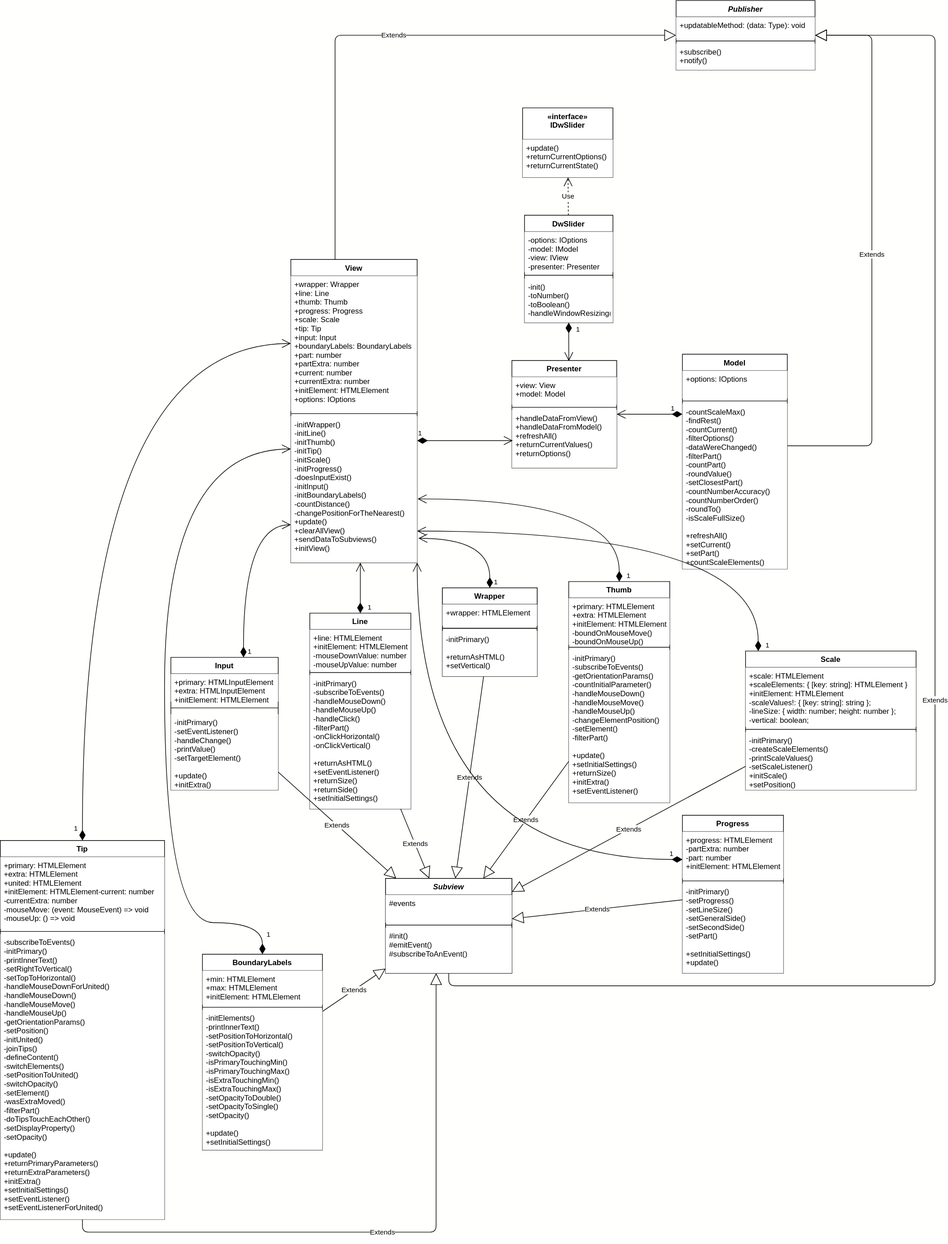
This is DwSlider.svg from Daswetter/4th, a draw.io export, as it was before one commit. Source tidied: cells renumbered, new cells last; positions are measured from the earlier drawing's top-left corner, leaving out a move shared by most shapes.
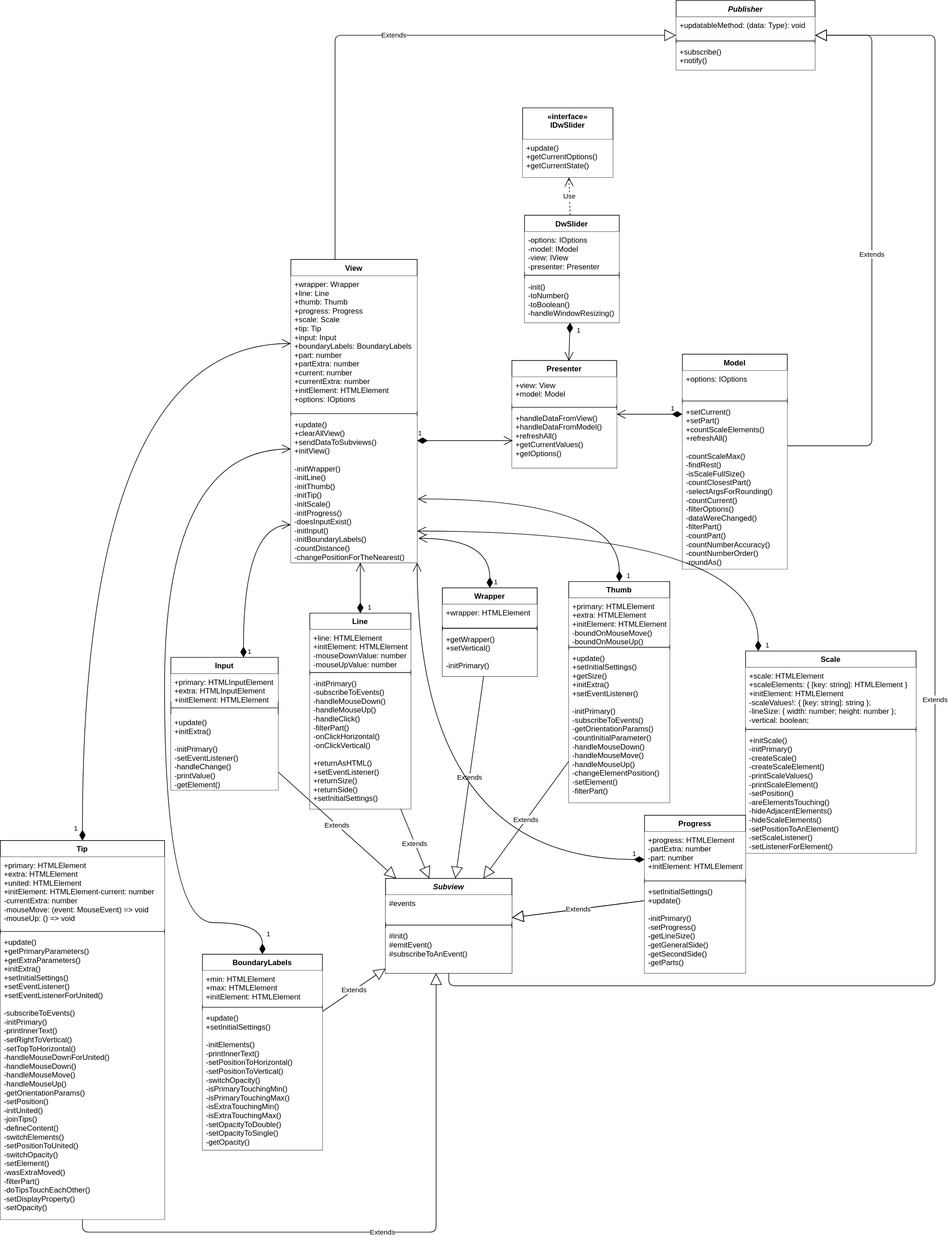
The same file after the commit.

What changed in the source:
```diff
@@ -46,3 +46,3 @@
     </mxCell>
-    <mxCell id="16" value="-initElements()&#10;-printInnerText()&#10;-setPositionToHorizontal()&#10;-setPositionToVertical()&#10;-switchOpacity()&#10;-isPrimaryTouchingMin()&#10;-isPrimaryTouchingMax()&#10;-isExtraTouchingMin()&#10;-isExtraTouchingMax()&#10;-setOpacityToDouble()&#10;-setOpacityToSingle()&#10;-setOpacity()&#10;&#10;+update()&#10;+setInitialSettings()" style="text;strokeColor=none;align=left;verticalAlign=top;spacingLeft=4;spacingRight=4;overflow=hidden;fillColor=#ffffff;" parent="13" vertex="1">
+    <mxCell id="16" value="+update()&#10;+setInitialSettings()&#10;&#10;-initElements()&#10;-printInnerText()&#10;-setPositionToHorizontal()&#10;-setPositionToVertical()&#10;-switchOpacity()&#10;-isPrimaryTouchingMin()&#10;-isPrimaryTouchingMax()&#10;-isExtraTouchingMin()&#10;-isExtraTouchingMax()&#10;-setOpacityToDouble()&#10;-setOpacityToSingle()&#10;-getOpacity()" style="text;strokeColor=none;align=left;verticalAlign=top;spacingLeft=4;spacingRight=4;overflow=hidden;fillColor=#ffffff;" parent="13" vertex="1">
       <mxGeometry y="88" width="190" height="222" as="geometry" />
@@ -94,3 +94,3 @@
     </mxCell>
-    <mxCell id="27" value="-countScaleMax()&#10;-findRest()&#10;-countCurrent()&#10;-filterOptions()&#10;-dataWereChanged()&#10;-filterPart()&#10;-countPart()&#10;-roundValue()&#10;-setClosestPart()&#10;-countNumberAccuracy()&#10;-countNumberOrder()&#10;-roundTo()&#10;-isScaleFullSize()&#10;&#10;+refreshAll()&#10;+setCurrent()&#10;+setPart()&#10;+countScaleElements()" style="text;strokeColor=none;align=left;verticalAlign=top;spacingLeft=4;spacingRight=4;overflow=hidden;fillColor=#ffffff;" parent="24" vertex="1">
+    <mxCell id="27" value="+setCurrent()&#10;+setPart()&#10;+countScaleElements()&#10;+refreshAll()&#10;&#10;-countScaleMax()&#10;-findRest()&#10;-isScaleFullSize()&#10;-countClosestPart()&#10;-selectArgsForRounding()&#10;-countCurrent()&#10;-filterOptions()&#10;-dataWereChanged()&#10;-filterPart()&#10;-countPart()&#10;-countNumberAccuracy()&#10;-countNumberOrder()&#10;-roundAs()" style="text;strokeColor=none;align=left;verticalAlign=top;spacingLeft=4;spacingRight=4;overflow=hidden;fillColor=#ffffff;" parent="24" vertex="1">
       <mxGeometry y="78" width="166" height="262" as="geometry" />
@@ -99,12 +99,12 @@
     <mxCell id="29" value="DwSlider&#10;" style="swimlane;fontStyle=1;align=center;verticalAlign=top;horizontal=1;startSize=26;" parent="28" vertex="1">
-      <mxGeometry x="830" y="340" width="140" height="170" as="geometry" />
+      <mxGeometry x="830" y="340" width="150" height="170" as="geometry" />
     </mxCell>
     <mxCell id="30" value="-options: IOptions&#10;-model: IModel&#10;-view: IView&#10;-presenter: Presenter" style="text;strokeColor=none;align=left;verticalAlign=top;spacingLeft=4;spacingRight=4;overflow=hidden;fillColor=#ffffff;" parent="29" vertex="1">
-      <mxGeometry y="26" width="140" height="64" as="geometry" />
+      <mxGeometry y="26" width="150" height="64" as="geometry" />
     </mxCell>
     <mxCell id="31" style="line;strokeWidth=1;fillColor=none;align=left;verticalAlign=middle;spacingTop=-1;spacingLeft=3;spacingRight=3;labelPosition=right;" parent="29" vertex="1">
-      <mxGeometry y="90" width="140" height="10" as="geometry" />
+      <mxGeometry y="90" width="150" height="10" as="geometry" />
     </mxCell>
     <mxCell id="32" value="-init()&#10;-toNumber()&#10;-toBoolean()&#10;-handleWindowResizing()" style="text;strokeColor=none;align=left;verticalAlign=top;spacingLeft=4;spacingRight=4;overflow=hidden;fillColor=#ffffff;" parent="29" vertex="1">
-      <mxGeometry y="100" width="140" height="70" as="geometry" />
+      <mxGeometry y="100" width="150" height="70" as="geometry" />
     </mxCell>
@@ -119,6 +119,6 @@
     </mxCell>
-    <mxCell id="36" value="+handleDataFromView()&#10;+handleDataFromModel()&#10;+refreshAll()&#10;+returnCurrentValues()&#10;+returnOptions()" style="text;strokeColor=none;align=left;verticalAlign=top;spacingLeft=4;spacingRight=4;overflow=hidden;points=[[0,0.5],[1,0.5]];portConstraint=eastwest;fillColor=#ffffff;" parent="33" vertex="1">
+    <mxCell id="36" value="+handleDataFromView()&#10;+handleDataFromModel()&#10;+refreshAll()&#10;+getCurrentValues()&#10;+getOptions()" style="text;strokeColor=none;align=left;verticalAlign=top;spacingLeft=4;spacingRight=4;overflow=hidden;points=[[0,0.5],[1,0.5]];portConstraint=eastwest;fillColor=#ffffff;" parent="33" vertex="1">
       <mxGeometry y="78" width="166" height="92" as="geometry" />
     </mxCell>
-    <mxCell id="37" value="1" style="endArrow=open;html=1;endSize=12;startArrow=diamondThin;startSize=14;startFill=1;edgeStyle=orthogonalEdgeStyle;align=left;verticalAlign=bottom;entryX=0.543;entryY=0.005;entryDx=0;entryDy=0;entryPerimeter=0;" parent="28" edge="1" source="29" target="33">
+    <mxCell id="37" value="1" style="endArrow=open;html=1;endSize=12;startArrow=diamondThin;startSize=14;startFill=1;align=left;verticalAlign=bottom;entryX=0.543;entryY=0.005;entryDx=0;entryDy=0;entryPerimeter=0;" parent="28" edge="1" source="29" target="33">
       <mxGeometry x="-0.33" y="10" relative="1" as="geometry" />
@@ -134,3 +134,3 @@
     </mxCell>
-    <mxCell id="41" value="-initWrapper()&#10;-initLine()&#10;-initThumb()&#10;-initTip()&#10;-initScale()&#10;-initProgress()&#10;-doesInputExist()&#10;-initInput()&#10;-initBoundaryLabels()&#10;-countDistance()&#10;-changePositionForTheNearest()&#10;+update()&#10;+clearAllView()&#10;+sendDataToSubviews()&#10;+initView()" style="text;align=left;verticalAlign=top;spacingLeft=4;spacingRight=4;overflow=hidden;points=[[0,0.5],[1,0.5]];portConstraint=eastwest;fillColor=#ffffff;" parent="38" vertex="1">
+    <mxCell id="41" value="+update()&#10;+clearAllView()&#10;+sendDataToSubviews()&#10;+initView()&#10;&#10;-initWrapper()&#10;-initLine()&#10;-initThumb()&#10;-initTip()&#10;-initScale()&#10;-initProgress()&#10;-doesInputExist()&#10;-initInput()&#10;-initBoundaryLabels()&#10;-countDistance()&#10;-changePositionForTheNearest()&#10;" style="text;align=left;verticalAlign=top;spacingLeft=4;spacingRight=4;overflow=hidden;points=[[0,0.5],[1,0.5]];portConstraint=eastwest;fillColor=#ffffff;" parent="38" vertex="1">
       <mxGeometry y="248" width="200" height="232" as="geometry" />
@@ -154,3 +154,3 @@
     </mxCell>
-    <mxCell id="45" value="+update()&#10;+returnCurrentOptions()&#10;+returnCurrentState()" style="text;strokeColor=none;align=left;verticalAlign=top;spacingLeft=4;spacingRight=4;overflow=hidden;horizontal=1;fillColor=#ffffff;" parent="44" vertex="1">
+    <mxCell id="45" value="+update()&#10;+getCurrentOptions()&#10;+getCurrentState()" style="text;strokeColor=none;align=left;verticalAlign=top;spacingLeft=4;spacingRight=4;overflow=hidden;horizontal=1;fillColor=#ffffff;" parent="44" vertex="1">
       <mxGeometry y="50" width="143" height="60" as="geometry" />
@@ -178,3 +178,3 @@
     </mxCell>
-    <mxCell id="53" value="-initPrimary()&#10;&#10;+returnAsHTML()&#10;+setVertical()" style="text;strokeColor=none;align=left;verticalAlign=top;spacingLeft=4;spacingRight=4;overflow=hidden;fillColor=#ffffff;" parent="50" vertex="1">
+    <mxCell id="53" value="+getWrapper()&#10;+setVertical()&#10;&#10;-initPrimary()&#10;&#10;" style="text;strokeColor=none;align=left;verticalAlign=top;spacingLeft=4;spacingRight=4;overflow=hidden;fillColor=#ffffff;" parent="50" vertex="1">
       <mxGeometry y="68" width="150" height="72" as="geometry" />
@@ -205,3 +205,3 @@
     </mxCell>
-    <mxCell id="62" value="-initPrimary()&#10;-subscribeToEvents()&#10;-getOrientationParams()&#10;-countInitialParameter()&#10;-handleMouseDown()&#10;-handleMouseMove()&#10;-handleMouseUp()&#10;-changeElementPosition()&#10;-setElement()&#10;-filterPart()&#10;&#10;+update()&#10;+setInitialSettings()&#10;+returnSize()&#10;+initExtra()&#10;+setEventListener()" style="text;strokeColor=none;align=left;verticalAlign=top;spacingLeft=4;spacingRight=4;overflow=hidden;fillColor=#ffffff;fontStyle=0;" parent="59" vertex="1">
+    <mxCell id="62" value="+update()&#10;+setInitialSettings()&#10;+getSize()&#10;+initExtra()&#10;+setEventListener()&#10;&#10;-initPrimary()&#10;-subscribeToEvents()&#10;-getOrientationParams()&#10;-countInitialParameter()&#10;-handleMouseDown()&#10;-handleMouseMove()&#10;-handleMouseUp()&#10;-changeElementPosition()&#10;-setElement()&#10;-filterPart()&#10;&#10;" style="text;strokeColor=none;align=left;verticalAlign=top;spacingLeft=4;spacingRight=4;overflow=hidden;fillColor=#ffffff;fontStyle=0;" parent="59" vertex="1">
       <mxGeometry y="108" width="160" height="242" as="geometry" />
@@ -211,14 +211,2 @@
     </mxCell>
-    <mxCell id="64" value="Progress" style="swimlane;fontStyle=1;align=center;verticalAlign=top;horizontal=1;startSize=26;" parent="28" vertex="1">
-      <mxGeometry x="1080" y="1290" width="160" height="250" as="geometry" />
-    </mxCell>
-    <mxCell id="65" value="+progress: HTMLElement &#10;-partExtra: number&#10;-part: number&#10;+initElement: HTMLElement" style="text;strokeColor=none;align=left;verticalAlign=top;spacingLeft=4;spacingRight=4;overflow=hidden;fillColor=#ffffff;" parent="64" vertex="1">
-      <mxGeometry y="26" width="160" height="74" as="geometry" />
-    </mxCell>
-    <mxCell id="66" style="line;strokeWidth=1;fillColor=none;align=left;verticalAlign=middle;spacingTop=-1;spacingLeft=3;spacingRight=3;labelPosition=right;" parent="64" vertex="1">
-      <mxGeometry y="100" width="160" height="8" as="geometry" />
-    </mxCell>
-    <mxCell id="67" value="-initPrimary()&#10;-setProgress()&#10;-setLineSize()&#10;-setGeneralSide()&#10;-setSecondSide()&#10;-setPart()&#10;&#10;+setInitialSettings()&#10;+update()" style="text;strokeColor=none;align=left;verticalAlign=top;spacingLeft=4;spacingRight=4;overflow=hidden;fillColor=#ffffff;" parent="64" vertex="1">
-      <mxGeometry y="108" width="160" height="142" as="geometry" />
-    </mxCell>
     <mxCell id="68" value="Extends" style="endArrow=block;endSize=16;endFill=0;html=1;" parent="28" edge="1" source="64" target="46">
@@ -227,3 +215,3 @@
     <mxCell id="69" value="Scale" style="swimlane;fontStyle=1;align=center;verticalAlign=top;horizontal=1;startSize=26;" parent="28" vertex="1">
-      <mxGeometry x="1180" y="1030" width="270" height="220" as="geometry" />
+      <mxGeometry x="1180" y="1030" width="270" height="320" as="geometry" />
     </mxCell>
@@ -235,4 +223,4 @@
     </mxCell>
-    <mxCell id="72" value="-initPrimary()&#10;-createScaleElements()&#10;-printScaleValues()&#10;-setScaleListener()&#10;+initScale()&#10;+setPosition()" style="text;strokeColor=none;align=left;verticalAlign=top;spacingLeft=4;spacingRight=4;overflow=hidden;fillColor=#ffffff;" parent="69" vertex="1">
-      <mxGeometry y="128" width="270" height="92" as="geometry" />
+    <mxCell id="72" value="+initScale()&#10;-initPrimary()&#10;-createScale()&#10;-createScaleElement()&#10;-printScaleValues()&#10;-printScaleElement()&#10;-setPosition()&#10;-areElementsTouching()&#10;-hideAdjacentElements()&#10;-hideScaleElements()&#10;-setPositionToAnElement()&#10;-setScaleListener()&#10;-setListenerForElement()&#10;" style="text;strokeColor=none;align=left;verticalAlign=top;spacingLeft=4;spacingRight=4;overflow=hidden;fillColor=#ffffff;" parent="69" vertex="1">
+      <mxGeometry y="128" width="270" height="192" as="geometry" />
     </mxCell>
@@ -247,3 +235,3 @@
     </mxCell>
-    <mxCell id="76" value="-subscribeToEvents()&#10;-initPrimary()&#10;-printInnerText()&#10;-setRightToVertical()&#10;-setTopToHorizontal()&#10;-handleMouseDownForUnited()&#10;-handleMouseDown()&#10;-handleMouseMove()&#10;-handleMouseUp()&#10;-getOrientationParams()&#10;-setPosition()&#10;-initUnited()&#10;-joinTips()&#10;-defineContent()&#10;-switchElements()&#10;-setPositionToUnited()&#10;-switchOpacity()&#10;-setElement()&#10;-wasExtraMoved()&#10;-filterPart()&#10;-doTipsTouchEachOther()&#10;-setDisplayProperty()&#10;-setOpacity()&#10;&#10;+update()&#10;+returnPrimaryParameters()&#10;+returnExtraParameters()&#10;+initExtra()&#10;+setInitialSettings()&#10;+setEventListener()&#10;+setEventListenerForUnited()" style="text;strokeColor=none;align=left;verticalAlign=top;spacingLeft=4;spacingRight=4;overflow=hidden;fillColor=#ffffff;" parent="73" vertex="1">
+    <mxCell id="76" value="+update()&#10;+getPrimaryParameters()&#10;+getExtraParameters()&#10;+initExtra()&#10;+setInitialSettings()&#10;+setEventListener()&#10;+setEventListenerForUnited()&#10;&#10;-subscribeToEvents()&#10;-initPrimary()&#10;-printInnerText()&#10;-setRightToVertical()&#10;-setTopToHorizontal()&#10;-handleMouseDownForUnited()&#10;-handleMouseDown()&#10;-handleMouseMove()&#10;-handleMouseUp()&#10;-getOrientationParams()&#10;-setPosition()&#10;-initUnited()&#10;-joinTips()&#10;-defineContent()&#10;-switchElements()&#10;-setPositionToUnited()&#10;-switchOpacity()&#10;-setElement()&#10;-wasExtraMoved()&#10;-filterPart()&#10;-doTipsTouchEachOther()&#10;-setDisplayProperty()&#10;-setOpacity()&#10;&#10;" style="text;strokeColor=none;align=left;verticalAlign=top;spacingLeft=4;spacingRight=4;overflow=hidden;fillColor=#ffffff;" parent="73" vertex="1">
       <mxGeometry y="148" width="260" height="452" as="geometry" />
@@ -259,3 +247,3 @@
     </mxCell>
-    <mxCell id="80" value="-initPrimary()&#10;-setEventListener()&#10;-handleChange()&#10;-printValue()&#10;-setTargetElement()&#10;&#10;+update()&#10;+initExtra()" style="text;strokeColor=none;align=left;verticalAlign=top;spacingLeft=4;spacingRight=4;overflow=hidden;fillColor=#ffffff;" parent="77" vertex="1">
+    <mxCell id="80" value="+update()&#10;+initExtra()&#10;&#10;-initPrimary()&#10;-setEventListener()&#10;-handleChange()&#10;-printValue()&#10;-getElement()&#10;&#10;" style="text;strokeColor=none;align=left;verticalAlign=top;spacingLeft=4;spacingRight=4;overflow=hidden;fillColor=#ffffff;" parent="77" vertex="1">
       <mxGeometry y="90" width="170" height="120" as="geometry" />
@@ -273,3 +261,3 @@
     </mxCell>
-    <mxCell id="83" value="Extends" style="endArrow=block;endSize=16;endFill=0;html=1;" parent="28" edge="1" source="69" target="46">
+    <mxCell id="83" value="Extends" style="endArrow=block;endSize=16;endFill=0;html=1;startArrow=none;" parent="28" edge="1" source="64" target="46">
       <mxGeometry relative="1" as="geometry" />
@@ -323,2 +311,17 @@
     </mxCell>
+    <mxCell id="64" value="Progress" style="swimlane;fontStyle=1;align=center;verticalAlign=top;horizontal=1;startSize=26;" parent="28" vertex="1">
+      <mxGeometry x="1020" y="1290" width="160" height="250" as="geometry" />
+    </mxCell>
+    <mxCell id="65" value="+progress: HTMLElement &#10;-partExtra: number&#10;-part: number&#10;+initElement: HTMLElement" style="text;strokeColor=none;align=left;verticalAlign=top;spacingLeft=4;spacingRight=4;overflow=hidden;fillColor=#ffffff;" parent="64" vertex="1">
+      <mxGeometry y="26" width="160" height="74" as="geometry" />
+    </mxCell>
+    <mxCell id="66" style="line;strokeWidth=1;fillColor=none;align=left;verticalAlign=middle;spacingTop=-1;spacingLeft=3;spacingRight=3;labelPosition=right;" parent="64" vertex="1">
+      <mxGeometry y="100" width="160" height="8" as="geometry" />
+    </mxCell>
+    <mxCell id="67" value="+setInitialSettings()&#10;+update()&#10;&#10;-initPrimary()&#10;-setProgress()&#10;-getLineSize()&#10;-getGeneralSide()&#10;-getSecondSide()&#10;-getParts()&#10;&#10;" style="text;strokeColor=none;align=left;verticalAlign=top;spacingLeft=4;spacingRight=4;overflow=hidden;fillColor=#ffffff;" parent="64" vertex="1">
+      <mxGeometry y="108" width="160" height="142" as="geometry" />
+    </mxCell>
+    <mxCell id="92" style="endArrow=none;endSize=16;endFill=0;html=1;" parent="28" edge="1" source="69" target="64">
+      <mxGeometry relative="1" as="geometry" />
+    </mxCell>
   </root>
```
